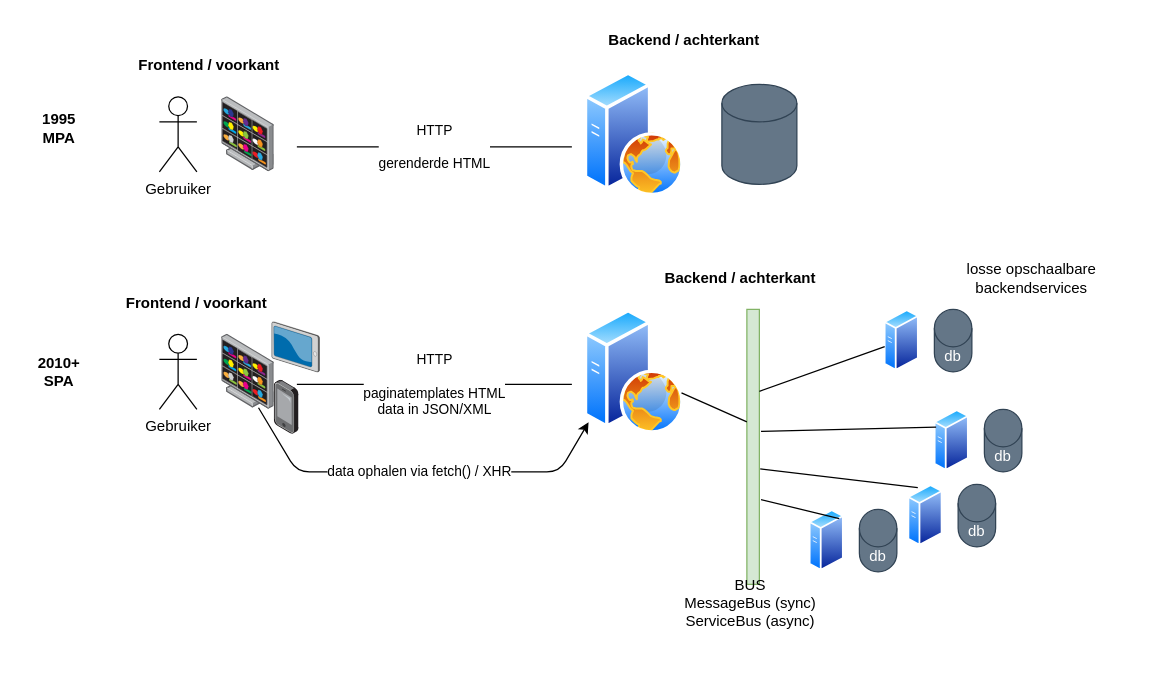
Earlier version of the draw.io diagram page "Page-1" (1 of 2) of paradigmas.drawio (JPtenBerge/visionplanner-2025-07). Source tidied: cells renumbered, new cells numbered last; positions are measured from the earlier drawing's top-left corner, leaving out a move shared by most shapes. Both pictures are drawn from the tidied source at 125%, with x=0, y=0 at pixel (21, 21).
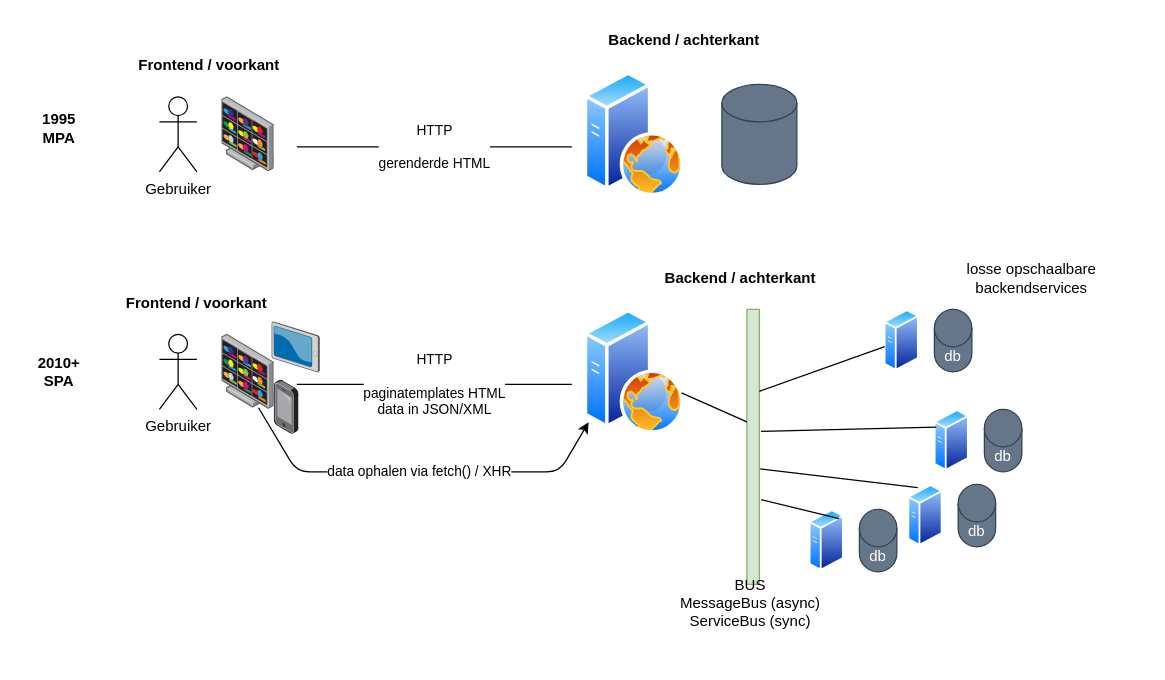
The same diagram, later.

Commit message:
sync/async verkeerd gezet

What changed in the source:
```diff
@@
-    <mxCell id="29" value="BUS&lt;div&gt;MessageBus (sync)&lt;/div&gt;&lt;div&gt;ServiceBus (async)&lt;/div&gt;" style="text;html=1;align=center;verticalAlign=middle;whiteSpace=wrap;rounded=0;" parent="1" vertex="1">
+    <mxCell id="29" value="BUS&lt;div&gt;MessageBus (async)&lt;/div&gt;&lt;div&gt;ServiceBus (sync)&lt;/div&gt;" style="text;html=1;align=center;verticalAlign=middle;whiteSpace=wrap;rounded=0;" parent="1" vertex="1">
       <mxGeometry x="508" y="420" width="150" height="90" as="geometry" />
     </mxCell>
```
